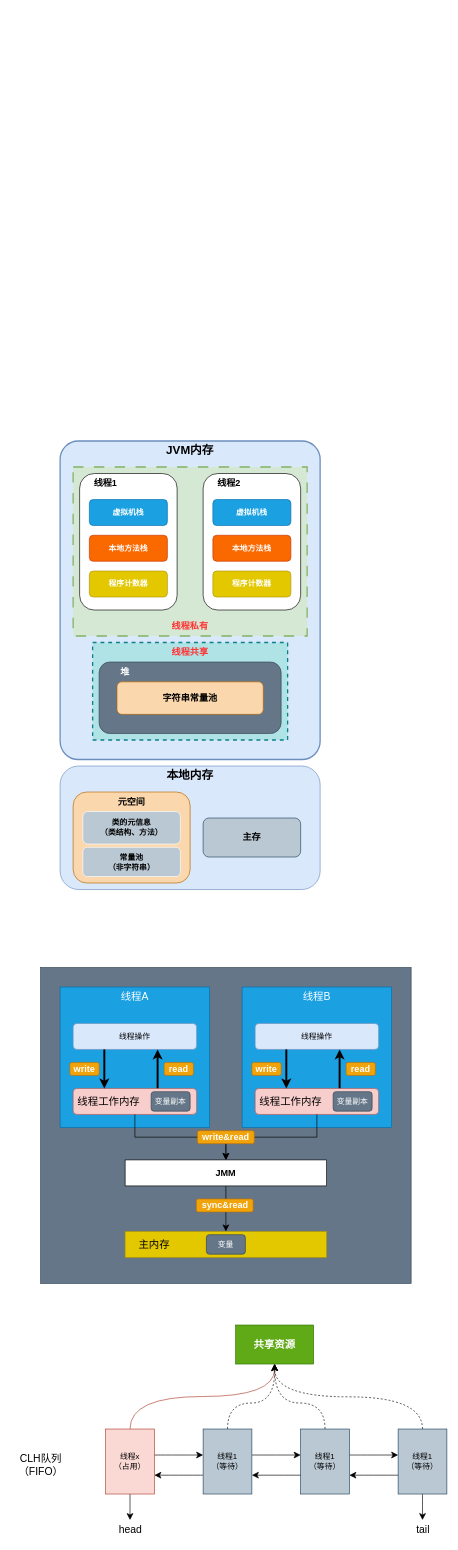
The draw.io diagram JavaDiagrams/未命名绘图.drawio in M3Darren/Draw.io, before the edit. Source tidied: cells renumbered, new cells numbered last; positions are measured from the earlier drawing's top-left corner, leaving out a move shared by most shapes. Both pictures are drawn from the tidied source at 65%, with x=0, y=0 at pixel (11, 441).
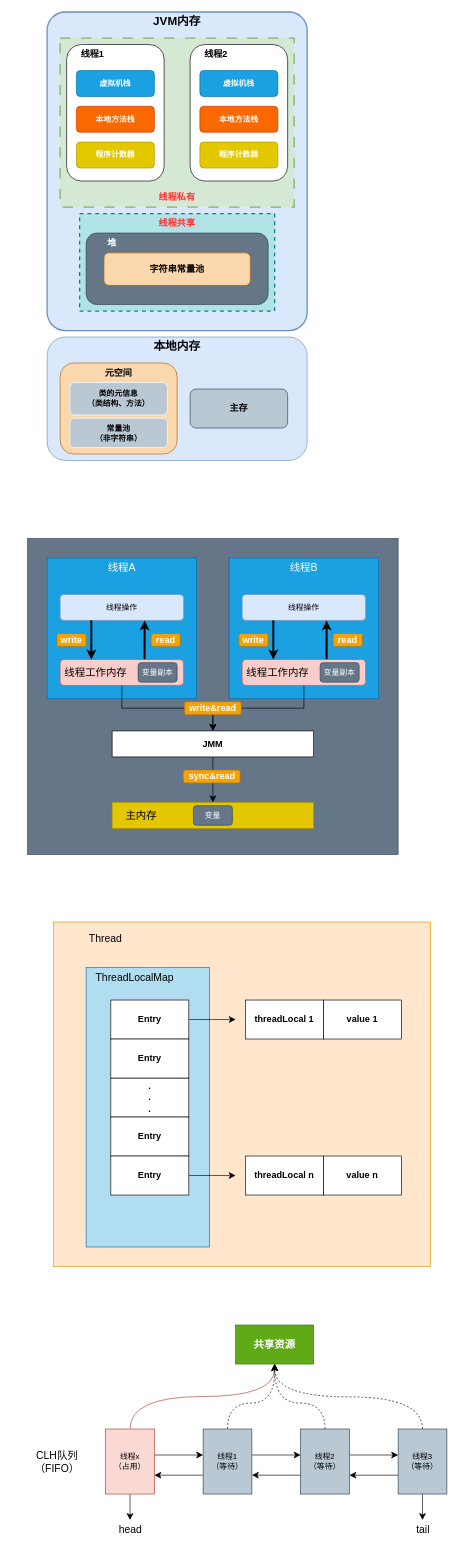
The same diagram, later.

What changed in the source:
```diff
@@
     <mxCell id="2" style="group;" parent="1" vertex="1">
-      <mxGeometry x="75" width="400" height="690" as="geometry" />
+      <mxGeometry x="55" y="-660" width="400" height="690" as="geometry" />
     </mxCell>
@@
     <mxCell id="33" style="group;" parent="1" vertex="1">
-      <mxGeometry x="45" y="810" width="570" height="486" as="geometry" />
+      <mxGeometry x="25" y="150" width="570" height="486" as="geometry" />
     </mxCell>
@@
-    <mxCell id="75" value="线程1&lt;div&gt;（等待）&lt;/div&gt;" style="rounded=0;whiteSpace=wrap;html=1;fillColor=#bac8d3;strokeColor=#23445d;" parent="1" vertex="1">
+    <mxCell id="75" value="线程2&lt;div&gt;（等待）&lt;/div&gt;" style="rounded=0;whiteSpace=wrap;html=1;fillColor=#bac8d3;strokeColor=#23445d;" parent="1" vertex="1">
       <mxGeometry x="445" y="1520" width="75" height="100" as="geometry" />
     </mxCell>
@@
-    <mxCell id="78" value="线程1&lt;div&gt;（等待）&lt;/div&gt;" style="rounded=0;whiteSpace=wrap;html=1;fillColor=#bac8d3;strokeColor=#23445d;" parent="1" vertex="1">
+    <mxCell id="78" value="线程3&lt;div&gt;（等待）&lt;/div&gt;" style="rounded=0;whiteSpace=wrap;html=1;fillColor=#bac8d3;strokeColor=#23445d;" parent="1" vertex="1">
       <mxGeometry x="595" y="1520" width="75" height="100" as="geometry" />
     </mxCell>
@@
     <mxCell id="83" value="CLH队列&lt;div&gt;（FIFO）&lt;/div&gt;" style="text;html=1;align=center;verticalAlign=middle;strokeColor=none;fillColor=none;fontSize=16;" parent="1" vertex="1">
-      <mxGeometry y="1550" width="90" height="50" as="geometry" />
+      <mxGeometry x="25" y="1545" width="90" height="50" as="geometry" />
     </mxCell>
+    <mxCell id="84" style="rounded=0;whiteSpace=wrap;html=1;fillColor=#ffe6cc;strokeColor=#d79b00;" parent="1" vertex="1">
+      <mxGeometry x="65" y="740" width="580" height="530" as="geometry" />
+    </mxCell>
+    <mxCell id="85" value="Thread" style="text;html=1;align=center;verticalAlign=middle;whiteSpace=wrap;rounded=0;fontSize=16;" parent="1" vertex="1">
+      <mxGeometry x="115" y="750" width="60" height="30" as="geometry" />
+    </mxCell>
+    <mxCell id="86" style="rounded=0;whiteSpace=wrap;html=1;fillColor=#b1ddf0;strokeColor=#10739e;" parent="1" vertex="1">
+      <mxGeometry x="115" y="810" width="190" height="430" as="geometry" />
+    </mxCell>
+    <mxCell id="87" value="ThreadLocalMap" style="text;html=1;align=center;verticalAlign=middle;whiteSpace=wrap;rounded=0;fontSize=16;" parent="1" vertex="1">
+      <mxGeometry x="115" y="810" width="150" height="30" as="geometry" />
+    </mxCell>
+    <mxCell id="88" value="&lt;b&gt;&lt;font style=&quot;font-size: 14px;&quot;&gt;Entry&lt;/font&gt;&lt;/b&gt;" style="rounded=0;whiteSpace=wrap;html=1;" parent="1" vertex="1">
+      <mxGeometry x="153" y="860" width="120" height="60" as="geometry" />
+    </mxCell>
+    <mxCell id="89" value="&lt;b style=&quot;font-size: 14px;&quot;&gt;&lt;font style=&quot;font-size: 14px;&quot;&gt;.&lt;/font&gt;&lt;/b&gt;&lt;div style=&quot;font-size: 14px;&quot;&gt;&lt;b&gt;&lt;font style=&quot;font-size: 14px;&quot;&gt;.&lt;/font&gt;&lt;/b&gt;&lt;/div&gt;&lt;div style=&quot;font-size: 14px;&quot;&gt;&lt;b style=&quot;&quot;&gt;&lt;font style=&quot;font-size: 14px;&quot;&gt;.&lt;/font&gt;&lt;/b&gt;&lt;/div&gt;" style="rounded=0;whiteSpace=wrap;html=1;" parent="1" vertex="1">
+      <mxGeometry x="153" y="980" width="120" height="60" as="geometry" />
+    </mxCell>
+    <mxCell id="90" value="&lt;b&gt;&lt;font style=&quot;font-size: 14px;&quot;&gt;Entry&lt;/font&gt;&lt;/b&gt;" style="rounded=0;whiteSpace=wrap;html=1;" parent="1" vertex="1">
+      <mxGeometry x="153" y="920" width="120" height="60" as="geometry" />
+    </mxCell>
+    <mxCell id="91" value="&lt;b&gt;&lt;font style=&quot;font-size: 14px;&quot;&gt;Entry&lt;/font&gt;&lt;/b&gt;" style="rounded=0;whiteSpace=wrap;html=1;" parent="1" vertex="1">
+      <mxGeometry x="153" y="1040" width="120" height="60" as="geometry" />
+    </mxCell>
+    <mxCell id="92" style="edgeStyle=none;curved=1;rounded=0;jettySize=auto;html=1;fontSize=12;startSize=8;endSize=8;" parent="1" edge="1" source="93">
+      <mxGeometry relative="1" as="geometry">
+        <mxPoint x="345" y="1130" as="targetPoint" />
+      </mxGeometry>
+    </mxCell>
+    <mxCell id="93" value="&lt;b&gt;&lt;font style=&quot;font-size: 14px;&quot;&gt;Entry&lt;/font&gt;&lt;/b&gt;" style="rounded=0;whiteSpace=wrap;html=1;" parent="1" vertex="1">
+      <mxGeometry x="153" y="1100" width="120" height="60" as="geometry" />
+    </mxCell>
+    <mxCell id="94" style="edgeStyle=none;curved=1;rounded=0;jettySize=auto;html=1;entryX=0.483;entryY=0.283;entryDx=0;entryDy=0;entryPerimeter=0;fontSize=12;startSize=8;endSize=8;" parent="1" edge="1" source="88" target="84">
+      <mxGeometry relative="1" as="geometry" />
+    </mxCell>
+    <mxCell id="95" value="&lt;b&gt;&lt;font style=&quot;font-size: 14px;&quot;&gt;value 1&lt;/font&gt;&lt;/b&gt;" style="rounded=0;whiteSpace=wrap;html=1;" parent="1" vertex="1">
+      <mxGeometry x="480" y="860" width="120" height="60" as="geometry" />
+    </mxCell>
+    <mxCell id="96" value="&lt;b&gt;&lt;font style=&quot;font-size: 14px;&quot;&gt;threadLocal 1&lt;/font&gt;&lt;/b&gt;" style="rounded=0;whiteSpace=wrap;html=1;" parent="1" vertex="1">
+      <mxGeometry x="360" y="860" width="120" height="60" as="geometry" />
+    </mxCell>
+    <mxCell id="97" value="&lt;b&gt;&lt;font style=&quot;font-size: 14px;&quot;&gt;value n&lt;/font&gt;&lt;/b&gt;" style="rounded=0;whiteSpace=wrap;html=1;" parent="1" vertex="1">
+      <mxGeometry x="480" y="1100" width="120" height="60" as="geometry" />
+    </mxCell>
+    <mxCell id="98" value="&lt;b&gt;&lt;font style=&quot;font-size: 14px;&quot;&gt;threadLocal n&lt;/font&gt;&lt;/b&gt;" style="rounded=0;whiteSpace=wrap;html=1;" parent="1" vertex="1">
+      <mxGeometry x="360" y="1100" width="120" height="60" as="geometry" />
+    </mxCell>
```
